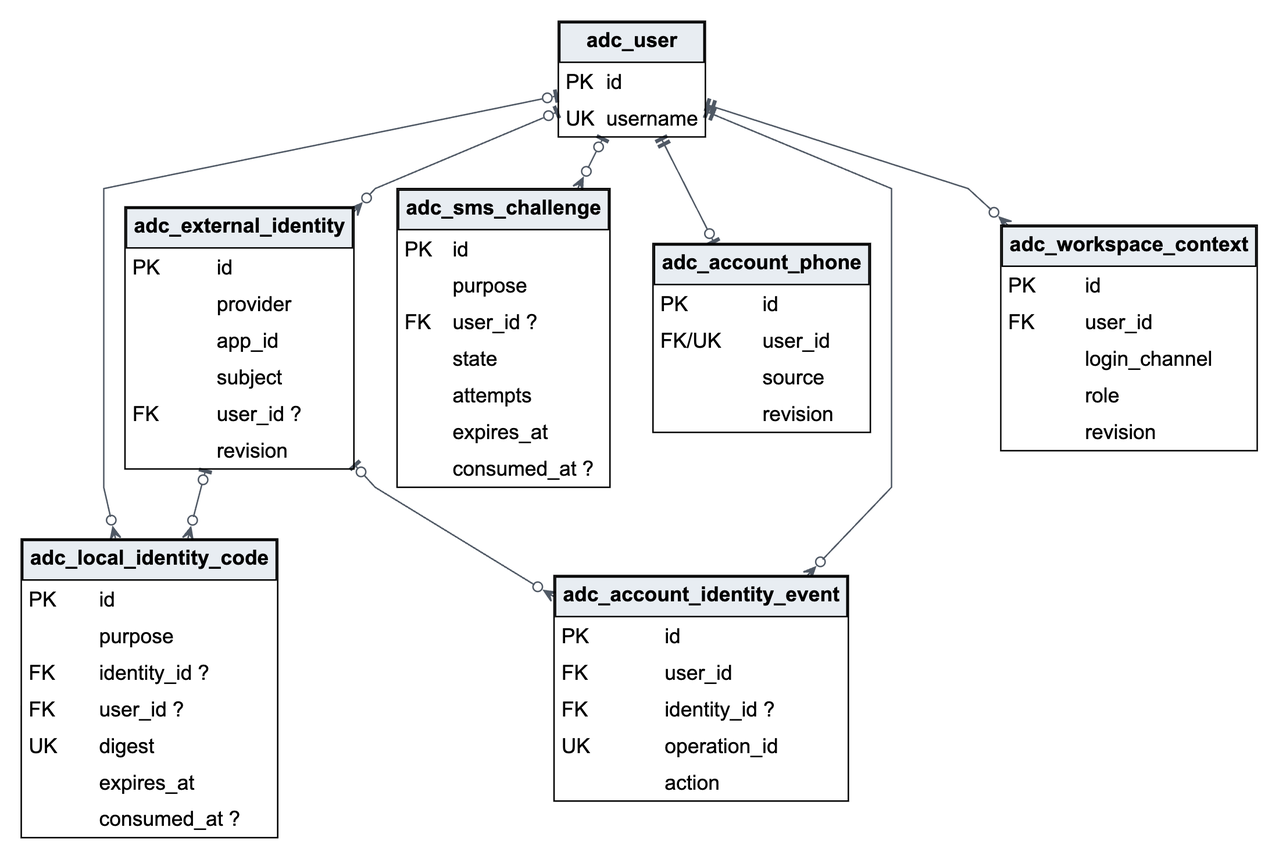
Above: docs/database/er_patient_account.png in Zhang646967/adc-dental-clinic (Graphviz), before the change. Its source is kept beside it as docs/database/er_patient_account.dot.
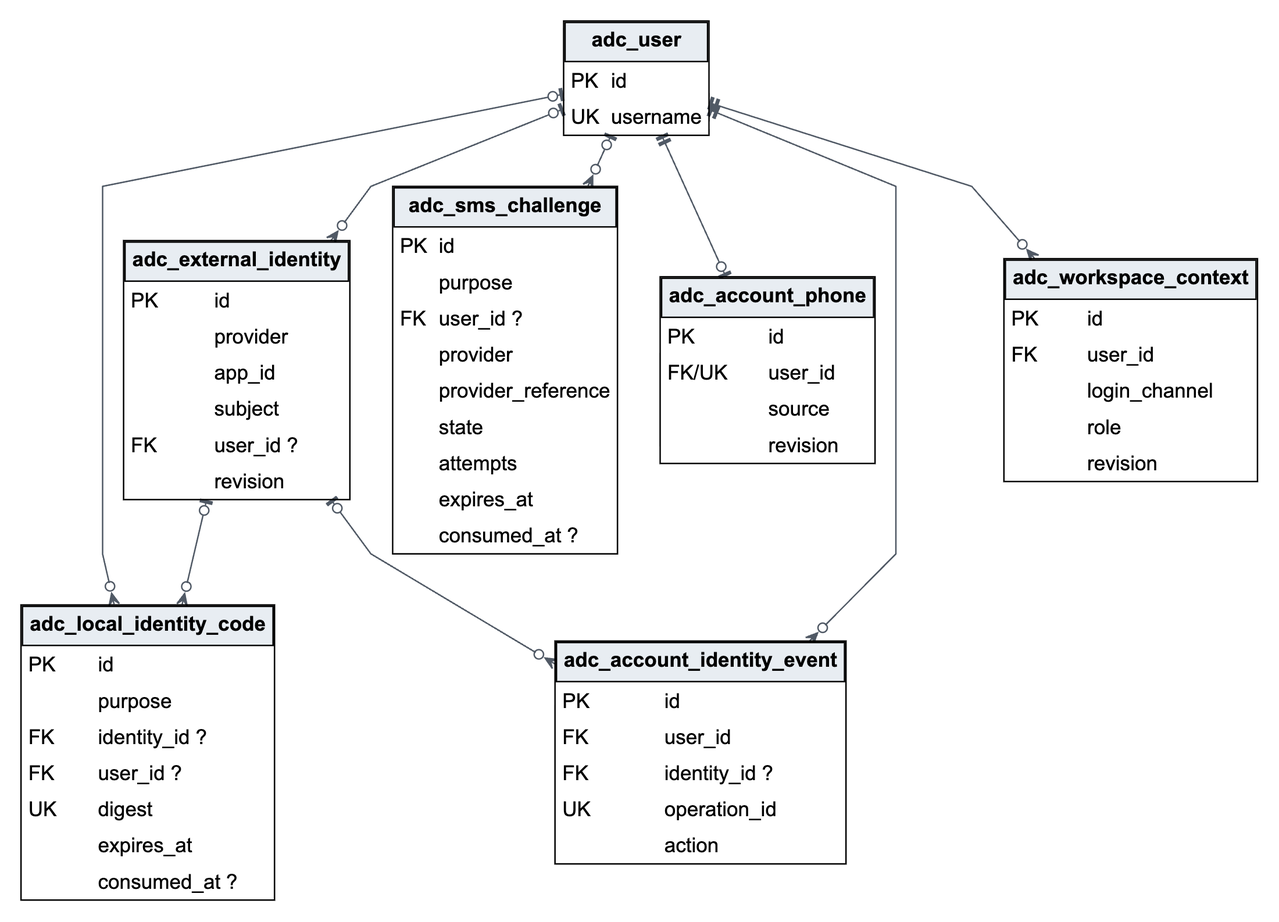
Later version of the same file.

What changed in the source:
```diff
@@ -5,7 +5,7 @@
 "adc_user" [label=<<TABLE BORDER="1" CELLBORDER="0" CELLSPACING="0" CELLPADDING="4"><TR><TD COLSPAN="2" BGCOLOR="#e8edf2" BORDER="1"><B>adc_user</B></TD></TR><TR><TD ALIGN="LEFT">PK</TD><TD ALIGN="LEFT" PORT="id">id</TD></TR><TR><TD ALIGN="LEFT">UK</TD><TD ALIGN="LEFT" PORT="username">username</TD></TR></TABLE>>];
 "adc_external_identity" [label=<<TABLE BORDER="1" CELLBORDER="0" CELLSPACING="0" CELLPADDING="4"><TR><TD COLSPAN="2" BGCOLOR="#e8edf2" BORDER="1"><B>adc_external_identity</B></TD></TR><TR><TD ALIGN="LEFT">PK</TD><TD ALIGN="LEFT" PORT="id">id</TD></TR><TR><TD ALIGN="LEFT"></TD><TD ALIGN="LEFT" PORT="provider">provider</TD></TR><TR><TD ALIGN="LEFT"></TD><TD ALIGN="LEFT" PORT="app_id">app_id</TD></TR><TR><TD ALIGN="LEFT"></TD><TD ALIGN="LEFT" PORT="subject">subject</TD></TR><TR><TD ALIGN="LEFT">FK</TD><TD ALIGN="LEFT" PORT="user_id">user_id ?</TD></TR><TR><TD ALIGN="LEFT"></TD><TD ALIGN="LEFT" PORT="revision">revision</TD></TR></TABLE>>];
 "adc_local_identity_code" [label=<<TABLE BORDER="1" CELLBORDER="0" CELLSPACING="0" CELLPADDING="4"><TR><TD COLSPAN="2" BGCOLOR="#e8edf2" BORDER="1"><B>adc_local_identity_code</B></TD></TR><TR><TD ALIGN="LEFT">PK</TD><TD ALIGN="LEFT" PORT="id">id</TD></TR><TR><TD ALIGN="LEFT"></TD><TD ALIGN="LEFT" PORT="purpose">purpose</TD></TR><TR><TD ALIGN="LEFT">FK</TD><TD ALIGN="LEFT" PORT="identity_id">identity_id ?</TD></TR><TR><TD ALIGN="LEFT">FK</TD><TD ALIGN="LEFT" PORT="user_id">user_id ?</TD></TR><TR><TD ALIGN="LEFT">UK</TD><TD ALIGN="LEFT" PORT="digest">digest</TD></TR><TR><TD ALIGN="LEFT"></TD><TD ALIGN="LEFT" PORT="expires_at">expires_at</TD></TR><TR><TD ALIGN="LEFT"></TD><TD ALIGN="LEFT" PORT="consumed_at">consumed_at ?</TD></TR></TABLE>>];
-"adc_sms_challenge" [label=<<TABLE BORDER="1" CELLBORDER="0" CELLSPACING="0" CELLPADDING="4"><TR><TD COLSPAN="2" BGCOLOR="#e8edf2" BORDER="1"><B>adc_sms_challenge</B></TD></TR><TR><TD ALIGN="LEFT">PK</TD><TD ALIGN="LEFT" PORT="id">id</TD></TR><TR><TD ALIGN="LEFT"></TD><TD ALIGN="LEFT" PORT="purpose">purpose</TD></TR><TR><TD ALIGN="LEFT">FK</TD><TD ALIGN="LEFT" PORT="user_id">user_id ?</TD></TR><TR><TD ALIGN="LEFT"></TD><TD ALIGN="LEFT" PORT="state">state</TD></TR><TR><TD ALIGN="LEFT"></TD><TD ALIGN="LEFT" PORT="attempts">attempts</TD></TR><TR><TD ALIGN="LEFT"></TD><TD ALIGN="LEFT" PORT="expires_at">expires_at</TD></TR><TR><TD ALIGN="LEFT"></TD><TD ALIGN="LEFT" PORT="consumed_at">consumed_at ?</TD></TR></TABLE>>];
+"adc_sms_challenge" [label=<<TABLE BORDER="1" CELLBORDER="0" CELLSPACING="0" CELLPADDING="4"><TR><TD COLSPAN="2" BGCOLOR="#e8edf2" BORDER="1"><B>adc_sms_challenge</B></TD></TR><TR><TD ALIGN="LEFT">PK</TD><TD ALIGN="LEFT" PORT="id">id</TD></TR><TR><TD ALIGN="LEFT"></TD><TD ALIGN="LEFT" PORT="purpose">purpose</TD></TR><TR><TD ALIGN="LEFT">FK</TD><TD ALIGN="LEFT" PORT="user_id">user_id ?</TD></TR><TR><TD ALIGN="LEFT"></TD><TD ALIGN="LEFT" PORT="provider">provider</TD></TR><TR><TD ALIGN="LEFT"></TD><TD ALIGN="LEFT" PORT="provider_reference">provider_reference</TD></TR><TR><TD ALIGN="LEFT"></TD><TD ALIGN="LEFT" PORT="state">state</TD></TR><TR><TD ALIGN="LEFT"></TD><TD ALIGN="LEFT" PORT="attempts">attempts</TD></TR><TR><TD ALIGN="LEFT"></TD><TD ALIGN="LEFT" PORT="expires_at">expires_at</TD></TR><TR><TD ALIGN="LEFT"></TD><TD ALIGN="LEFT" PORT="consumed_at">consumed_at ?</TD></TR></TABLE>>];
 "adc_account_phone" [label=<<TABLE BORDER="1" CELLBORDER="0" CELLSPACING="0" CELLPADDING="4"><TR><TD COLSPAN="2" BGCOLOR="#e8edf2" BORDER="1"><B>adc_account_phone</B></TD></TR><TR><TD ALIGN="LEFT">PK</TD><TD ALIGN="LEFT" PORT="id">id</TD></TR><TR><TD ALIGN="LEFT">FK/UK</TD><TD ALIGN="LEFT" PORT="user_id">user_id</TD></TR><TR><TD ALIGN="LEFT"></TD><TD ALIGN="LEFT" PORT="source">source</TD></TR><TR><TD ALIGN="LEFT"></TD><TD ALIGN="LEFT" PORT="revision">revision</TD></TR></TABLE>>];
 "adc_account_identity_event" [label=<<TABLE BORDER="1" CELLBORDER="0" CELLSPACING="0" CELLPADDING="4"><TR><TD COLSPAN="2" BGCOLOR="#e8edf2" BORDER="1"><B>adc_account_identity_event</B></TD></TR><TR><TD ALIGN="LEFT">PK</TD><TD ALIGN="LEFT" PORT="id">id</TD></TR><TR><TD ALIGN="LEFT">FK</TD><TD ALIGN="LEFT" PORT="user_id">user_id</TD></TR><TR><TD ALIGN="LEFT">FK</TD><TD ALIGN="LEFT" PORT="identity_id">identity_id ?</TD></TR><TR><TD ALIGN="LEFT">UK</TD><TD ALIGN="LEFT" PORT="operation_id">operation_id</TD></TR><TR><TD ALIGN="LEFT"></TD><TD ALIGN="LEFT" PORT="action">action</TD></TR></TABLE>>];
 "adc_workspace_context" [label=<<TABLE BORDER="1" CELLBORDER="0" CELLSPACING="0" CELLPADDING="4"><TR><TD COLSPAN="2" BGCOLOR="#e8edf2" BORDER="1"><B>adc_workspace_context</B></TD></TR><TR><TD ALIGN="LEFT">PK</TD><TD ALIGN="LEFT" PORT="id">id</TD></TR><TR><TD ALIGN="LEFT">FK</TD><TD ALIGN="LEFT" PORT="user_id">user_id</TD></TR><TR><TD ALIGN="LEFT"></TD><TD ALIGN="LEFT" PORT="login_channel">login_channel</TD></TR><TR><TD ALIGN="LEFT"></TD><TD ALIGN="LEFT" PORT="role">role</TD></TR><TR><TD ALIGN="LEFT"></TD><TD ALIGN="LEFT" PORT="revision">revision</TD></TR></TABLE>>];
```
